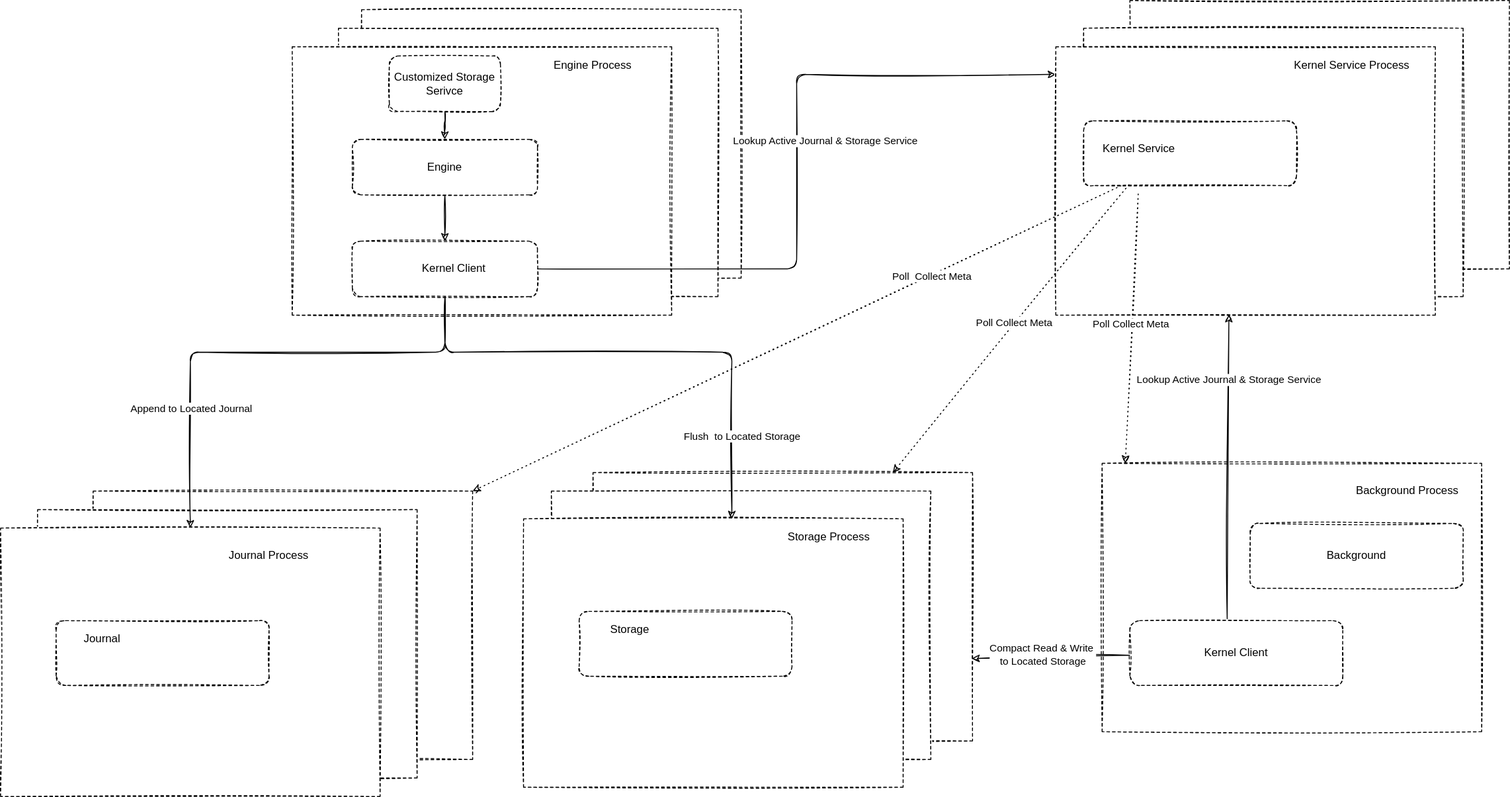
The draw.io diagram svc.svg in zojw/misc, before a commit. Source tidied: cells renumbered, new cells last; positions are measured from the earlier drawing's top-left corner, leaving out a move shared by most shapes.
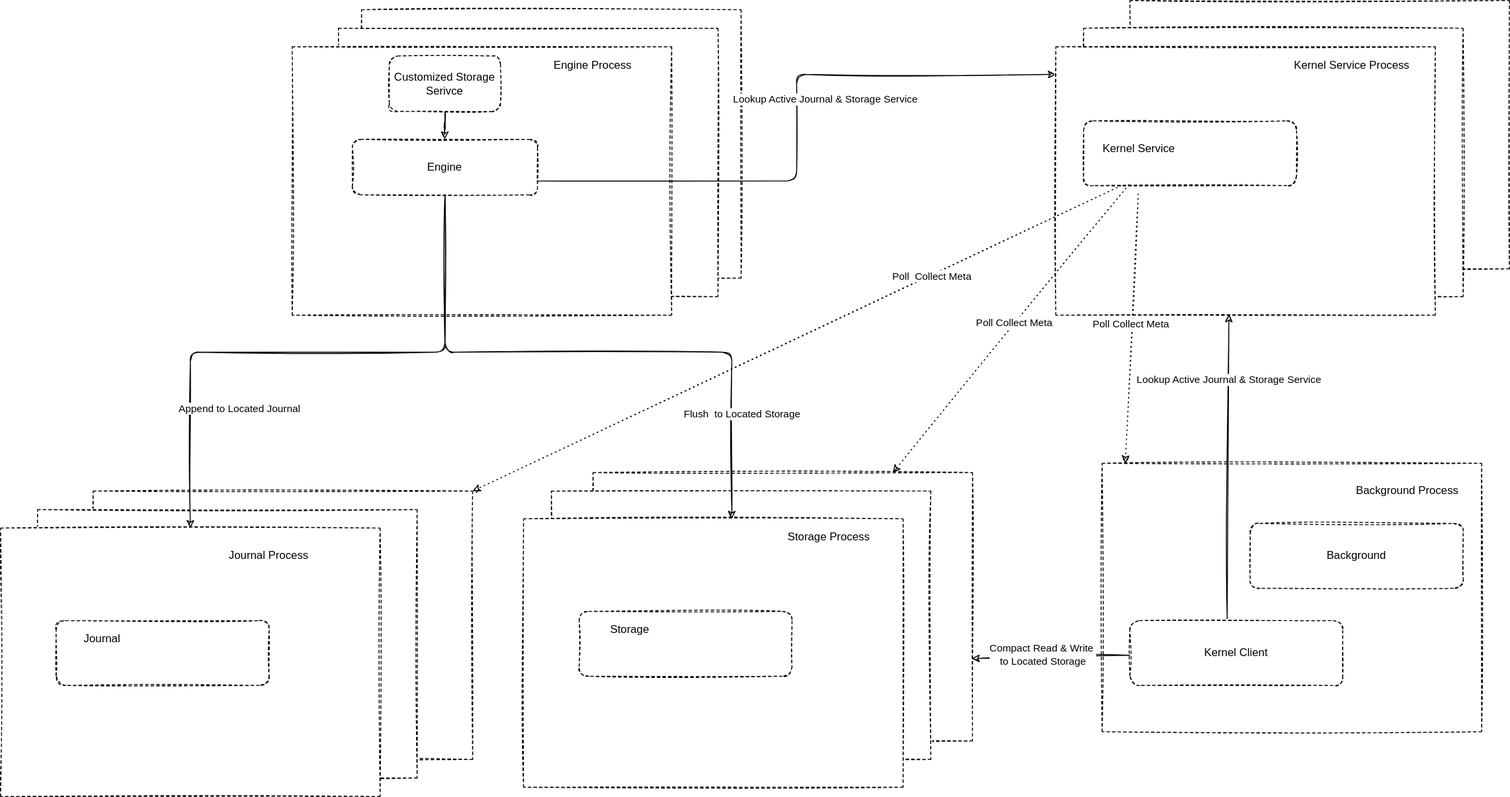
The same diagram one commit later.

The edit, as a diff of the source:
```diff
@@ -29,7 +29,7 @@
     <mxCell id="10" style="whiteSpace=wrap;html=1;dashed=1;sketch=1;" parent="1" vertex="1">
       <mxGeometry x="315" y="50" width="410" height="290" as="geometry" />
     </mxCell>
-    <mxCell id="11" style="edgeStyle=orthogonalEdgeStyle;rounded=1;jettySize=auto;html=1;entryX=0;entryY=0.103;entryDx=0;entryDy=0;entryPerimeter=0;sketch=1;" parent="1" edge="1" source="13" target="28">
+    <mxCell id="11" style="edgeStyle=orthogonalEdgeStyle;rounded=1;jettySize=auto;html=1;entryX=0;entryY=0.103;entryDx=0;entryDy=0;entryPerimeter=0;sketch=1;exitX=1;exitY=0.75;exitDx=0;exitDy=0;" parent="1" edge="1" source="20" target="28">
       <mxGeometry relative="1" as="geometry" />
     </mxCell>
     <mxCell id="12" value="Lookup Active Journal &amp;amp; Storage Service" style="edgeLabel;html=1;align=center;verticalAlign=middle;" parent="11" vertex="1">
@@ -37,10 +37,7 @@
         <mxPoint x="28" y="-12" as="offset" />
       </mxGeometry>
     </mxCell>
-    <mxCell id="13" style="rounded=1;whiteSpace=wrap;html=1;dashed=1;sketch=1;" parent="1" vertex="1">
-      <mxGeometry x="380" y="260" width="200" height="60" as="geometry" />
-    </mxCell>
-    <mxCell id="14" style="edgeStyle=orthogonalEdgeStyle;sketch=1;jettySize=auto;html=1;entryX=0.5;entryY=1;entryDx=0;entryDy=0;startArrow=classic;startFill=1;endArrow=none;endFill=0;rounded=1;" parent="1" edge="1" source="16" target="13">
+    <mxCell id="14" style="edgeStyle=orthogonalEdgeStyle;sketch=1;jettySize=auto;html=1;startArrow=classic;startFill=1;endArrow=none;endFill=0;rounded=1;" parent="1" edge="1" source="16" target="20">
       <mxGeometry relative="1" as="geometry">
         <Array as="points">
           <mxPoint x="205" y="380" />
@@ -62,9 +59,6 @@
     <mxCell id="18" value="Customized Storage Serivce" style="rounded=1;whiteSpace=wrap;html=1;dashed=1;sketch=1;" parent="1" vertex="1">
       <mxGeometry x="420" y="60" width="120" height="60" as="geometry" />
     </mxCell>
-    <mxCell id="19" style="edgeStyle=orthogonalEdgeStyle;rounded=0;sketch=1;jettySize=auto;html=1;entryX=0.5;entryY=0;entryDx=0;entryDy=0;" parent="1" edge="1" source="20" target="13">
-      <mxGeometry relative="1" as="geometry" />
-    </mxCell>
     <mxCell id="20" value="Engine" style="rounded=1;whiteSpace=wrap;html=1;dashed=1;sketch=1;" parent="1" vertex="1">
       <mxGeometry x="380" y="150" width="200" height="60" as="geometry" />
     </mxCell>
@@ -80,7 +74,7 @@
     <mxCell id="24" value="Journal" style="text;html=1;strokeColor=none;fillColor=none;align=center;verticalAlign=middle;whiteSpace=wrap;rounded=0;dashed=1;sketch=1;" parent="1" vertex="1">
       <mxGeometry x="40" y="680" width="140" height="20" as="geometry" />
     </mxCell>
-    <mxCell id="25" style="edgeStyle=orthogonalEdgeStyle;rounded=1;sketch=1;jettySize=auto;html=1;startArrow=classic;startFill=1;endArrow=none;endFill=0;" parent="1" edge="1" source="27" target="13">
+    <mxCell id="25" style="edgeStyle=orthogonalEdgeStyle;rounded=1;sketch=1;jettySize=auto;html=1;startArrow=classic;startFill=1;endArrow=none;endFill=0;entryX=0.5;entryY=1;entryDx=0;entryDy=0;" parent="1" edge="1" source="27" target="20">
       <mxGeometry relative="1" as="geometry">
         <Array as="points">
           <mxPoint x="790" y="380" />
@@ -102,9 +96,6 @@
     <mxCell id="29" value="Storage Process" style="text;html=1;strokeColor=none;fillColor=none;align=center;verticalAlign=middle;whiteSpace=wrap;rounded=0;dashed=1;sketch=1;" parent="1" vertex="1">
       <mxGeometry x="795" y="570" width="200" height="20" as="geometry" />
     </mxCell>
-    <mxCell id="30" value="Kernel Client" style="text;html=1;strokeColor=none;fillColor=none;align=center;verticalAlign=middle;whiteSpace=wrap;rounded=0;dashed=1;sketch=1;" parent="1" vertex="1">
-      <mxGeometry x="450" y="280" width="80" height="20" as="geometry" />
-    </mxCell>
     <mxCell id="31" style="rounded=1;whiteSpace=wrap;html=1;dashed=1;sketch=1;" parent="1" vertex="1">
       <mxGeometry x="625" y="660" width="230" height="70" as="geometry" />
     </mxCell>
```
